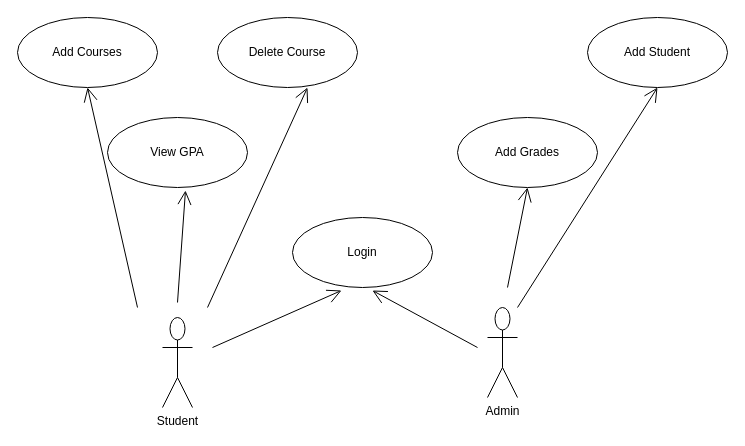
Before: Untitled Diagram.drawio in JacquelynDeHart/SIMS_CS3321, a draw.io diagram. Source tidied: cells renumbered, new cells numbered last; positions are measured from the earlier drawing's top-left corner, leaving out a move shared by most shapes. Both pictures are drawn from the tidied source at 100%, with x=0, y=0 at pixel (17, 17).
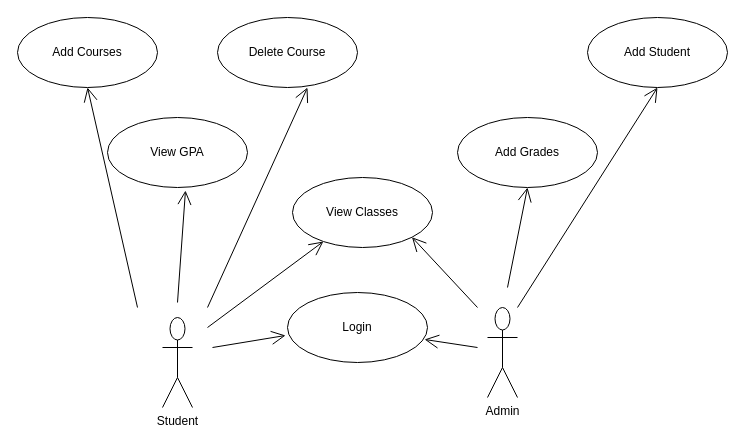
Above is the later version.

Diff of the diagram source:
```diff
@@
     <mxCell id="8" value="Login" style="ellipse;whiteSpace=wrap;html=1;" parent="1" vertex="1">
-      <mxGeometry x="275" y="200" width="140" height="70" as="geometry" />
+      <mxGeometry x="270" y="275" width="140" height="70" as="geometry" />
     </mxCell>
@@
-    <mxCell id="13" style="endArrow=open;endFill=1;endSize=12;html=1;entryX=0.35;entryY=1.043;entryDx=0;entryDy=0;entryPerimeter=0;" parent="1" edge="1" target="8">
+    <mxCell id="13" style="endArrow=open;endFill=1;endSize=12;html=1;entryX=-0.014;entryY=0.614;entryDx=0;entryDy=0;entryPerimeter=0;" parent="1" edge="1" target="8">
       <mxGeometry relative="1" as="geometry">
         <mxPoint x="195" y="330" as="sourcePoint" />
       </mxGeometry>
     </mxCell>
-    <mxCell id="14" style="endArrow=open;endFill=1;endSize=12;html=1;entryX=0.571;entryY=1.043;entryDx=0;entryDy=0;entryPerimeter=0;" parent="1" edge="1" target="8">
+    <mxCell id="14" style="endArrow=open;endFill=1;endSize=12;html=1;entryX=0.979;entryY=0.671;entryDx=0;entryDy=0;entryPerimeter=0;" parent="1" edge="1" target="8">
       <mxGeometry relative="1" as="geometry">
         <mxPoint x="460" y="330" as="sourcePoint" />
       </mxGeometry>
     </mxCell>
@@
+    <mxCell id="17" value="&lt;div&gt;View Classes&lt;/div&gt;" style="ellipse;whiteSpace=wrap;html=1;" parent="1" vertex="1">
+      <mxGeometry x="275" y="160" width="140" height="70" as="geometry" />
+    </mxCell>
+    <mxCell id="18" style="endArrow=open;endFill=1;endSize=12;html=1;" parent="1" edge="1" target="17">
+      <mxGeometry relative="1" as="geometry">
+        <mxPoint x="190" y="310" as="sourcePoint" />
+      </mxGeometry>
+    </mxCell>
+    <mxCell id="19" style="endArrow=open;endFill=1;endSize=12;html=1;entryX=1;entryY=1;entryDx=0;entryDy=0;" parent="1" edge="1" target="17">
+      <mxGeometry relative="1" as="geometry">
+        <mxPoint x="460" y="290" as="sourcePoint" />
+      </mxGeometry>
+    </mxCell>
```
